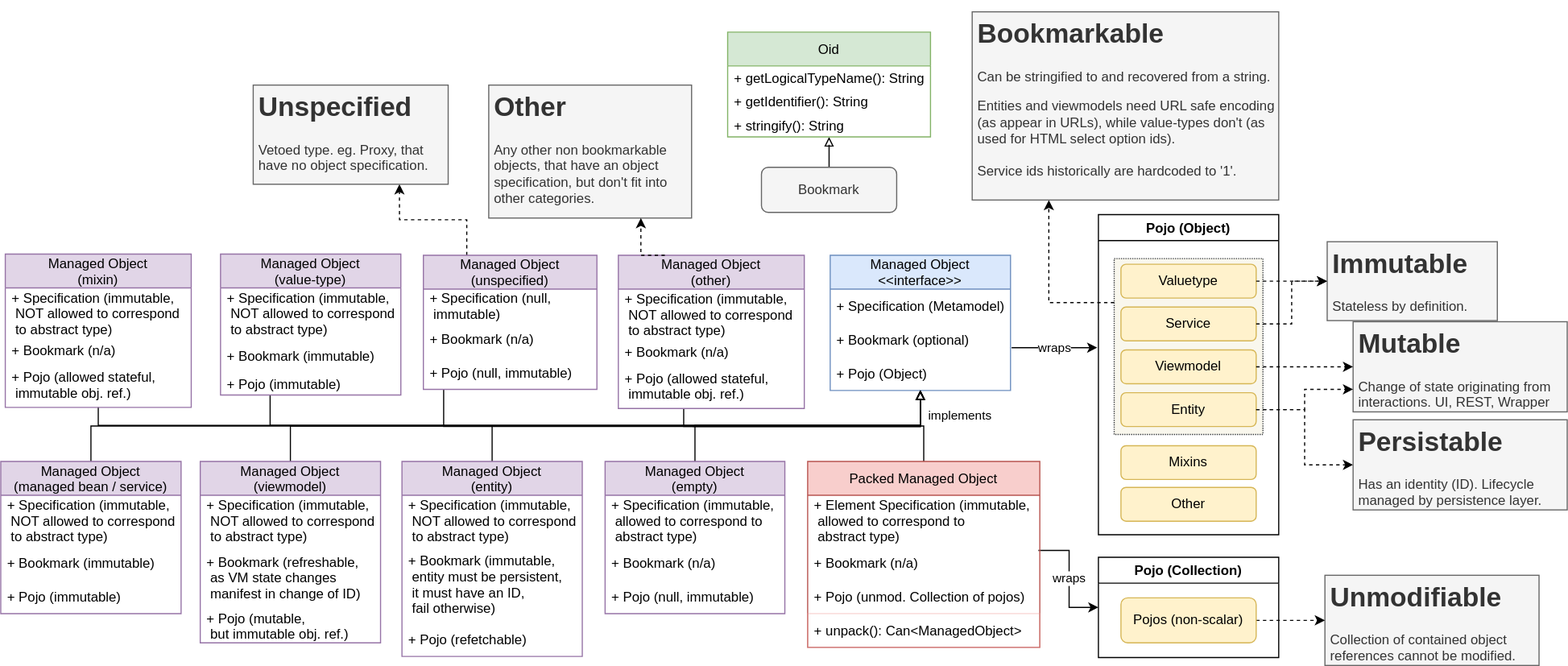
This is core/metamodel/src/main/adoc/modules/metamodel/images/managed-object-diagram.drawio.svg from apache/causeway, a draw.io export, as it was before one commit. Source tidied: cells renumbered, new cells last; positions are measured from the earlier drawing's top-left corner, leaving out a move shared by most shapes.
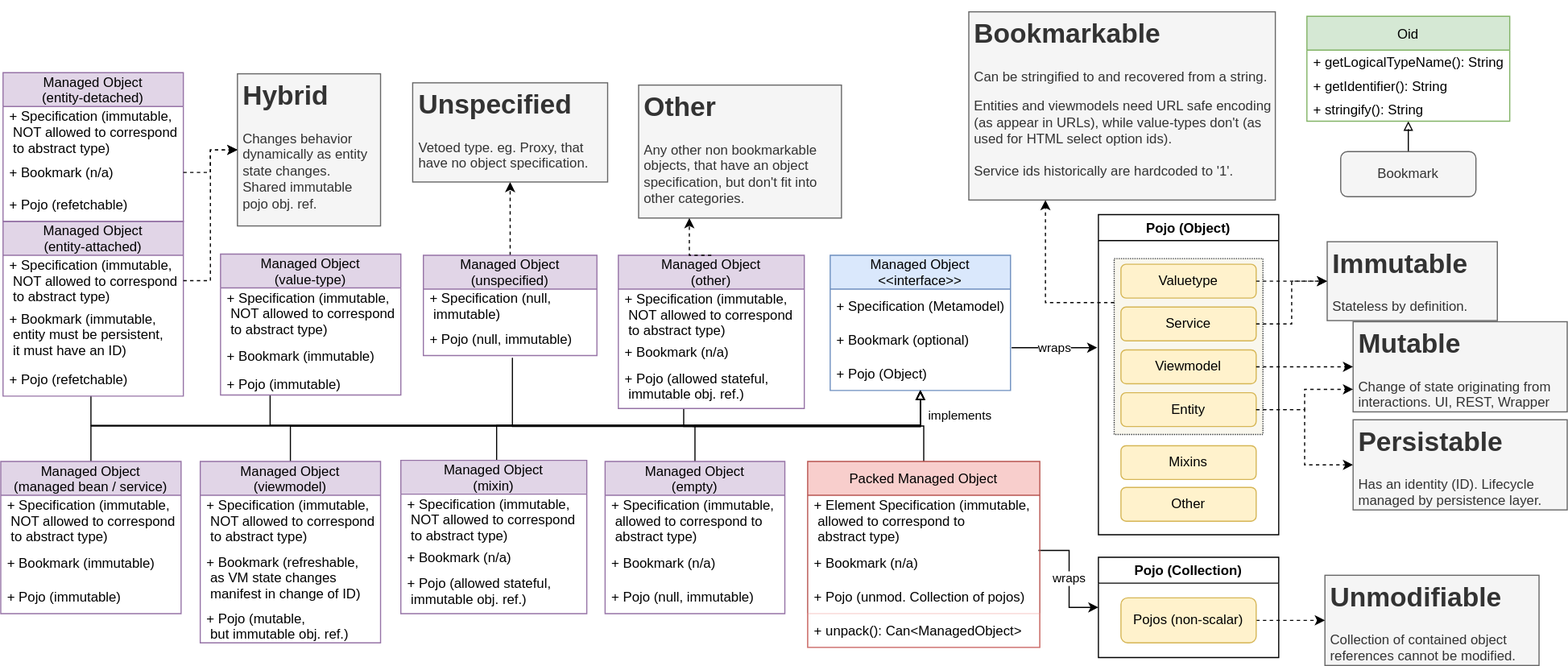
The same diagram one commit later.

Commit message:
ISIS-3167: updates particle zoo diagram

What changed in the source:
```diff
@@ -71,7 +71,7 @@
       <mxGeometry relative="1" as="geometry" />
     </mxCell>
     <mxCell id="24" value="&lt;h1&gt;Bookmarkable&lt;/h1&gt;&lt;p&gt;Can be stringified to and recovered from a string.&lt;/p&gt;&lt;p&gt;Entities and viewmodels need URL safe encoding (as appear in URLs), while value-types don't (as used for HTML select option ids).&lt;br&gt;&lt;br&gt;Service ids historically are hardcoded to '1'.&lt;/p&gt;&lt;p&gt;&lt;br&gt;&lt;/p&gt;" style="text;html=1;strokeColor=#666666;fillColor=#f5f5f5;spacing=5;spacingTop=-20;whiteSpace=wrap;overflow=hidden;rounded=0;fontColor=#333333;" parent="1" vertex="1">
-      <mxGeometry x="862" width="272" height="167" as="geometry" />
+      <mxGeometry x="859" width="272" height="167" as="geometry" />
     </mxCell>
     <mxCell id="25" value="wraps" style="edgeStyle=orthogonalEdgeStyle;rounded=0;jettySize=auto;html=1;exitX=0.994;exitY=0.133;exitDx=0;exitDy=0;entryX=0;entryY=0.5;entryDx=0;entryDy=0;exitPerimeter=0;" parent="1" edge="1" source="29" target="32">
       <mxGeometry relative="1" as="geometry" />
@@ -106,7 +106,7 @@
       <mxGeometry relative="1" as="geometry" />
     </mxCell>
     <mxCell id="35" value="Oid" style="swimlane;fontStyle=0;horizontal=1;startSize=30;fillColor=#d5e8d4;strokeColor=#82b366;" parent="1" vertex="1">
-      <mxGeometry x="645" y="18" width="180" height="93" as="geometry" />
+      <mxGeometry x="1159" y="4" width="180" height="93" as="geometry" />
     </mxCell>
     <mxCell id="36" value="+ getLogicalTypeName(): String" style="text;strokeColor=none;fillColor=none;align=left;verticalAlign=middle;spacingLeft=4;spacingRight=4;overflow=hidden;" parent="35" vertex="1">
       <mxGeometry y="30" width="180" height="21" as="geometry" />
@@ -118,7 +118,7 @@
       <mxGeometry y="72" width="180" height="21" as="geometry" />
     </mxCell>
     <mxCell id="39" value="Bookmark" style="rounded=1;whiteSpace=wrap;html=1;fillColor=#f5f5f5;strokeColor=#666666;fontColor=#333333;" parent="1" vertex="1">
-      <mxGeometry x="675" y="138" width="120" height="40" as="geometry" />
+      <mxGeometry x="1189" y="124" width="120" height="40" as="geometry" />
     </mxCell>
     <mxCell id="40" style="edgeStyle=orthogonalEdgeStyle;rounded=0;jettySize=auto;html=1;exitX=0.5;exitY=0;exitDx=0;exitDy=0;fontFamily=Helvetica;endArrow=block;endFill=0;" parent="1" edge="1" source="41" target="3">
       <mxGeometry relative="1" as="geometry" />
@@ -150,43 +150,45 @@
     <mxCell id="49" value="+ Pojo (mutable,&#10; but immutable obj. ref.)" style="text;strokeColor=none;fillColor=none;align=left;verticalAlign=middle;spacingLeft=4;spacingRight=4;overflow=hidden;" parent="46" vertex="1">
       <mxGeometry y="131" width="160" height="30" as="geometry" />
     </mxCell>
-    <mxCell id="50" style="edgeStyle=orthogonalEdgeStyle;rounded=0;jettySize=auto;html=1;exitX=0.5;exitY=0;exitDx=0;exitDy=0;fontFamily=Helvetica;endArrow=block;endFill=0;" parent="1" edge="1" source="51" target="3">
-      <mxGeometry relative="1" as="geometry" />
+    <mxCell id="50" style="edgeStyle=orthogonalEdgeStyle;rounded=0;jettySize=auto;html=1;fontFamily=Helvetica;endArrow=block;endFill=0;" parent="1" edge="1" source="51" target="3">
+      <mxGeometry relative="1" as="geometry">
+        <Array as="points">
+          <mxPoint x="80" y="367" />
+          <mxPoint x="816" y="367" />
+        </Array>
+      </mxGeometry>
     </mxCell>
-    <mxCell id="51" value="Managed Object&#10;(entity)" style="swimlane;fontStyle=0;horizontal=1;startSize=30;fillColor=#e1d5e7;strokeColor=#9673a6;" parent="1" vertex="1">
-      <mxGeometry x="356" y="399" width="160" height="173" as="geometry" />
+    <mxCell id="51" value="Managed Object&#10;(entity-attached)" style="swimlane;fontStyle=0;horizontal=1;startSize=30;fillColor=#e1d5e7;strokeColor=#9673a6;" parent="1" vertex="1">
+      <mxGeometry x="2" y="186" width="160" height="155" as="geometry" />
     </mxCell>
     <mxCell id="52" value="+ Specification (immutable, &#10; NOT allowed to correspond&#10; to abstract type)" style="text;strokeColor=none;fillColor=none;align=left;verticalAlign=middle;spacingLeft=4;spacingRight=4;overflow=hidden;points=[[0,0.5],[1,0.5]];portConstraint=eastwest;" parent="51" vertex="1">
       <mxGeometry y="30" width="160" height="45" as="geometry" />
     </mxCell>
-    <mxCell id="53" value="+ Bookmark (immutable, &#10; entity must be persistent,&#10; it must have an ID, &#10; fail otherwise)" style="text;strokeColor=none;fillColor=none;align=left;verticalAlign=middle;spacingLeft=4;spacingRight=4;overflow=hidden;" parent="51" vertex="1">
-      <mxGeometry y="75" width="160" height="68" as="geometry" />
+    <mxCell id="53" value="+ Bookmark (immutable, &#10; entity must be persistent,&#10; it must have an ID)" style="text;strokeColor=none;fillColor=none;align=left;verticalAlign=middle;spacingLeft=4;spacingRight=4;overflow=hidden;" parent="51" vertex="1">
+      <mxGeometry y="75" width="160" height="50" as="geometry" />
     </mxCell>
     <mxCell id="54" value="+ Pojo (refetchable)" style="text;strokeColor=none;fillColor=none;align=left;verticalAlign=middle;spacingLeft=4;spacingRight=4;overflow=hidden;" parent="51" vertex="1">
-      <mxGeometry y="143" width="160" height="30" as="geometry" />
+      <mxGeometry y="125" width="160" height="30" as="geometry" />
     </mxCell>
-    <mxCell id="55" style="edgeStyle=orthogonalEdgeStyle;rounded=0;jettySize=auto;html=1;fontFamily=Helvetica;endArrow=block;endFill=0;" parent="1" edge="1" source="57" target="3">
+    <mxCell id="55" style="edgeStyle=orthogonalEdgeStyle;rounded=0;jettySize=auto;html=1;fontFamily=Helvetica;endArrow=block;endFill=0;exitX=0.513;exitY=1.067;exitDx=0;exitDy=0;exitPerimeter=0;" parent="1" edge="1" source="60" target="3">
       <mxGeometry relative="1" as="geometry">
         <Array as="points">
-          <mxPoint x="393" y="368" />
+          <mxPoint x="454" y="368" />
           <mxPoint x="816" y="368" />
         </Array>
       </mxGeometry>
     </mxCell>
-    <mxCell id="56" style="edgeStyle=orthogonalEdgeStyle;rounded=0;jettySize=auto;html=1;exitX=0.25;exitY=0;exitDx=0;exitDy=0;fontFamily=Helvetica;endArrow=classic;endFill=1;dashed=1;entryX=0.75;entryY=1;entryDx=0;entryDy=0;" parent="1" edge="1" source="57" target="67">
+    <mxCell id="56" style="edgeStyle=orthogonalEdgeStyle;rounded=0;jettySize=auto;html=1;fontFamily=Helvetica;endArrow=classic;endFill=1;dashed=1;exitX=0.5;exitY=0;exitDx=0;exitDy=0;" parent="1" edge="1" source="57" target="67">
       <mxGeometry relative="1" as="geometry" />
     </mxCell>
     <mxCell id="57" value="Managed Object&#10;(unspecified)" style="swimlane;fontStyle=0;horizontal=1;startSize=30;fillColor=#e1d5e7;strokeColor=#9673a6;" parent="1" vertex="1">
-      <mxGeometry x="375" y="216" width="154" height="119" as="geometry" />
+      <mxGeometry x="375" y="216" width="154" height="89" as="geometry" />
     </mxCell>
     <mxCell id="58" value="+ Specification (null, &#10; immutable)" style="text;strokeColor=none;fillColor=none;align=left;verticalAlign=middle;spacingLeft=4;spacingRight=4;overflow=hidden;" parent="57" vertex="1">
       <mxGeometry y="30" width="154" height="29" as="geometry" />
     </mxCell>
-    <mxCell id="59" value="+ Bookmark (n/a)" style="text;strokeColor=none;fillColor=none;align=left;verticalAlign=middle;spacingLeft=4;spacingRight=4;overflow=hidden;points=[[0,0.5],[1,0.5]];portConstraint=eastwest;" parent="57" vertex="1">
-      <mxGeometry y="59" width="154" height="30" as="geometry" />
-    </mxCell>
     <mxCell id="60" value="+ Pojo (null, immutable)" style="text;strokeColor=none;fillColor=none;align=left;verticalAlign=middle;spacingLeft=4;spacingRight=4;overflow=hidden;points=[[0,0.5],[1,0.5]];portConstraint=eastwest;" parent="57" vertex="1">
-      <mxGeometry y="89" width="154" height="30" as="geometry" />
+      <mxGeometry y="59" width="154" height="30" as="geometry" />
     </mxCell>
     <mxCell id="61" style="edgeStyle=orthogonalEdgeStyle;rounded=0;jettySize=auto;html=1;fontFamily=Helvetica;endArrow=block;endFill=0;" parent="1" edge="1" target="3">
       <mxGeometry relative="1" as="geometry">
@@ -218,7 +220,7 @@
       <mxGeometry y="105" width="159.5" height="30" as="geometry" />
     </mxCell>
     <mxCell id="67" value="&lt;h1&gt;Unspecified&lt;/h1&gt;&lt;p&gt;Vetoed type. eg. Proxy, that have no object specification.&lt;/p&gt;" style="text;html=1;strokeColor=#666666;fillColor=#f5f5f5;spacing=5;spacingTop=-20;whiteSpace=wrap;overflow=hidden;rounded=0;fontColor=#333333;" parent="1" vertex="1">
-      <mxGeometry x="224" y="65" width="173" height="88" as="geometry" />
+      <mxGeometry x="365.5" y="63" width="173" height="88" as="geometry" />
     </mxCell>
     <mxCell id="68" style="edgeStyle=orthogonalEdgeStyle;rounded=0;jettySize=auto;html=1;fontFamily=Helvetica;endArrow=block;endFill=0;" parent="1" edge="1" source="69" target="3">
       <mxGeometry relative="1" as="geometry">
@@ -267,21 +269,21 @@
       <mxGeometry relative="1" as="geometry" />
     </mxCell>
     <mxCell id="80" value="&lt;h1&gt;Other&lt;/h1&gt;&lt;p&gt;Any other non bookmarkable objects, that have an object specification, but don't fit into other categories.&lt;/p&gt;" style="text;html=1;strokeColor=#666666;fillColor=#f5f5f5;spacing=5;spacingTop=-20;whiteSpace=wrap;overflow=hidden;rounded=0;fontColor=#333333;" parent="1" vertex="1">
-      <mxGeometry x="433" y="65" width="180" height="118" as="geometry" />
+      <mxGeometry x="566" y="65" width="180" height="118" as="geometry" />
     </mxCell>
-    <mxCell id="81" style="edgeStyle=orthogonalEdgeStyle;rounded=0;jettySize=auto;html=1;exitX=0.25;exitY=0;exitDx=0;exitDy=0;fontFamily=Helvetica;endArrow=classic;endFill=1;dashed=1;entryX=0.75;entryY=1;entryDx=0;entryDy=0;" parent="1" edge="1" source="75" target="80">
+    <mxCell id="81" style="edgeStyle=orthogonalEdgeStyle;rounded=0;jettySize=auto;html=1;exitX=0.5;exitY=0;exitDx=0;exitDy=0;fontFamily=Helvetica;endArrow=classic;endFill=1;dashed=1;entryX=0.25;entryY=1;entryDx=0;entryDy=0;" parent="1" edge="1" source="75" target="80">
       <mxGeometry relative="1" as="geometry" />
     </mxCell>
     <mxCell id="82" style="edgeStyle=orthogonalEdgeStyle;rounded=0;jettySize=auto;html=1;endArrow=block;endFill=0;" parent="1" edge="1" source="83" target="3">
       <mxGeometry relative="1" as="geometry">
         <Array as="points">
-          <mxPoint x="87" y="367" />
+          <mxPoint x="440" y="367" />
           <mxPoint x="816" y="367" />
         </Array>
       </mxGeometry>
     </mxCell>
     <mxCell id="83" value="Managed Object&#10;(mixin)" style="swimlane;fontStyle=0;horizontal=1;startSize=30;fillColor=#e1d5e7;strokeColor=#9673a6;" parent="1" vertex="1">
-      <mxGeometry x="4" y="215" width="165" height="136" as="geometry" />
+      <mxGeometry x="355" y="398" width="165" height="136" as="geometry" />
     </mxCell>
     <mxCell id="84" value="+ Specification (immutable, &#10; NOT allowed to correspond&#10; to abstract type)" style="text;strokeColor=none;fillColor=none;align=left;verticalAlign=middle;spacingLeft=4;spacingRight=4;overflow=hidden;" parent="83" vertex="1">
       <mxGeometry y="30" width="165" height="45" as="geometry" />
@@ -292,5 +294,26 @@
     <mxCell id="86" value="+ Pojo (allowed stateful, &#10; immutable obj. ref.)" style="text;strokeColor=none;fillColor=none;align=left;verticalAlign=middle;spacingLeft=4;spacingRight=4;overflow=hidden;" parent="83" vertex="1">
       <mxGeometry y="96" width="165" height="40" as="geometry" />
     </mxCell>
+    <mxCell id="87" value="Managed Object&#10;(entity-detached)" style="swimlane;fontStyle=0;horizontal=1;startSize=30;fillColor=#e1d5e7;strokeColor=#9673a6;" parent="1" vertex="1">
+      <mxGeometry x="2" y="54" width="160" height="132" as="geometry" />
+    </mxCell>
+    <mxCell id="88" value="+ Specification (immutable, &#10; NOT allowed to correspond&#10; to abstract type)" style="text;strokeColor=none;fillColor=none;align=left;verticalAlign=middle;spacingLeft=4;spacingRight=4;overflow=hidden;" parent="87" vertex="1">
+      <mxGeometry y="30" width="160" height="45" as="geometry" />
+    </mxCell>
+    <mxCell id="59" value="+ Bookmark (n/a)" style="text;strokeColor=none;fillColor=none;align=left;verticalAlign=middle;spacingLeft=4;spacingRight=4;overflow=hidden;points=[[0,0.5],[1,0.5]];portConstraint=eastwest;" parent="87" vertex="1">
+      <mxGeometry y="75" width="160" height="27" as="geometry" />
+    </mxCell>
+    <mxCell id="89" value="+ Pojo (refetchable)" style="text;strokeColor=none;fillColor=none;align=left;verticalAlign=middle;spacingLeft=4;spacingRight=4;overflow=hidden;" parent="87" vertex="1">
+      <mxGeometry y="102" width="160" height="30" as="geometry" />
+    </mxCell>
+    <mxCell id="90" value="&lt;h1&gt;Hybrid&lt;/h1&gt;&lt;p&gt;Changes behavior dynamically as entity state changes. Shared immutable pojo obj. ref.&lt;/p&gt;" style="text;html=1;strokeColor=#666666;fillColor=#f5f5f5;spacing=5;spacingTop=-20;whiteSpace=wrap;overflow=hidden;rounded=0;fontColor=#333333;" parent="1" vertex="1">
+      <mxGeometry x="210" y="55" width="127" height="135" as="geometry" />
+    </mxCell>
+    <mxCell id="91" style="edgeStyle=orthogonalEdgeStyle;rounded=0;jettySize=auto;html=1;entryX=0;entryY=0.5;entryDx=0;entryDy=0;dashed=1;endArrow=classic;endFill=1;" parent="1" edge="1" source="52" target="90">
+      <mxGeometry relative="1" as="geometry" />
+    </mxCell>
+    <mxCell id="92" style="edgeStyle=orthogonalEdgeStyle;rounded=0;jettySize=auto;html=1;dashed=1;endArrow=classic;endFill=1;" parent="1" edge="1" source="59" target="90">
+      <mxGeometry relative="1" as="geometry" />
+    </mxCell>
   </root>
 </mxGraphModel>
```
